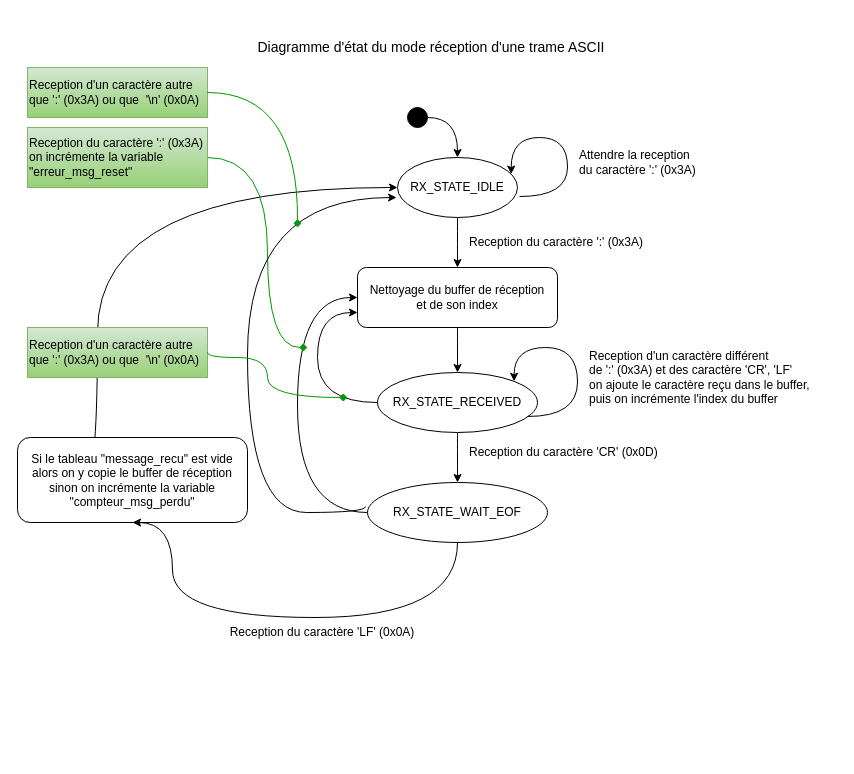
Artilect-FabTronic/Arduino-Machine-A-Etats keeps this draw.io diagram as graphe_etats.drawio. Above is the earlier version. Source tidied: cells renumbered, new cells numbered last; positions are measured from the earlier drawing's top-left corner, leaving out a move shared by most shapes. Both pictures are drawn from the tidied source at 100%, with x=0, y=0 at pixel (17, 27).
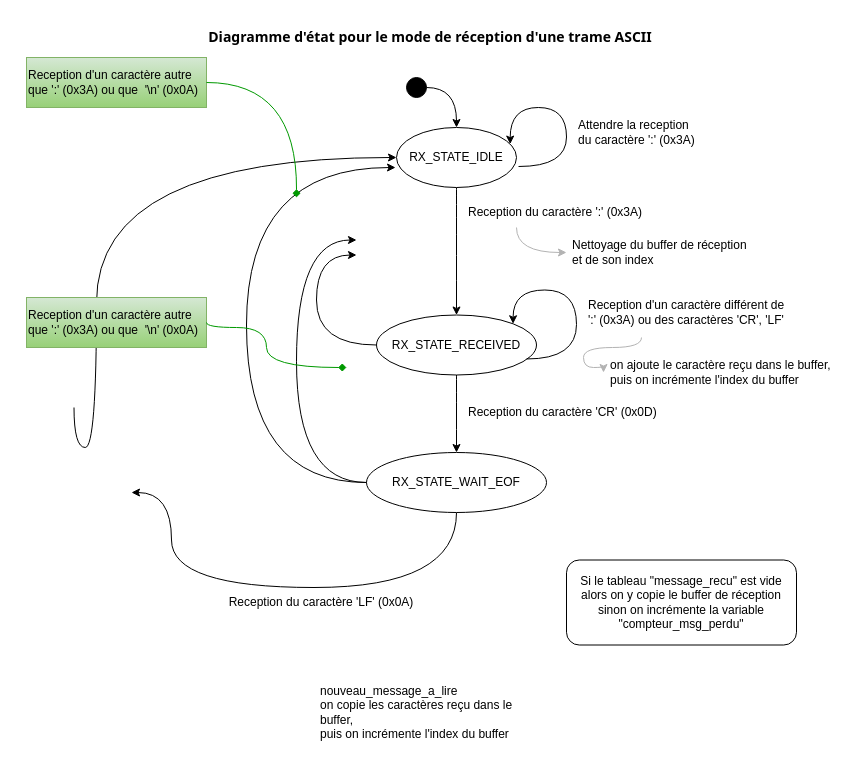
The same diagram, later.

Commit message (it also covers changes not shown here):
Validation du fonctionnement de la machine a etats

The edit, as a diff of the source:
```diff
@@
     <mxCell id="3" style="ellipse;whiteSpace=wrap;html=1;fillColor=#000000;" parent="1" vertex="1">
-      <mxGeometry x="390" y="80" width="20" height="20" as="geometry" />
+      <mxGeometry x="389" y="50" width="20" height="20" as="geometry" />
     </mxCell>
-    <mxCell id="4" style="edgeStyle=orthogonalEdgeStyle;curved=1;rounded=0;jettySize=auto;html=1;exitX=0.5;exitY=1;exitDx=0;exitDy=0;entryX=0.5;entryY=0;entryDx=0;entryDy=0;startArrow=none;startFill=0;" parent="1" edge="1" source="5" target="22">
-      <mxGeometry relative="1" as="geometry">
-        <Array as="points">
-          <mxPoint x="440" y="220" />
-          <mxPoint x="440" y="220" />
-        </Array>
-      </mxGeometry>
+    <mxCell id="4" style="edgeStyle=orthogonalEdgeStyle;curved=1;rounded=0;jettySize=auto;html=1;exitX=0.5;exitY=1;exitDx=0;exitDy=0;entryX=0.5;entryY=0;entryDx=0;entryDy=0;startArrow=none;startFill=0;" parent="1" edge="1" source="5" target="16">
+      <mxGeometry relative="1" as="geometry" />
     </mxCell>
     <mxCell id="5" value="RX_STATE_IDLE" style="ellipse;whiteSpace=wrap;html=1;rounded=1;" parent="1" vertex="1">
-      <mxGeometry x="380" y="130" width="120" height="60" as="geometry" />
+      <mxGeometry x="379" y="100" width="120" height="60" as="geometry" />
     </mxCell>
-    <mxCell id="6" style="edgeStyle=orthogonalEdgeStyle;curved=1;rounded=0;jettySize=auto;html=1;exitX=0.25;exitY=0;exitDx=0;exitDy=0;entryX=0;entryY=0.5;entryDx=0;entryDy=0;startArrow=none;startFill=0;" parent="1" edge="1" source="7" target="5">
+    <mxCell id="6" style="edgeStyle=orthogonalEdgeStyle;curved=1;rounded=0;jettySize=auto;html=1;exitX=0.25;exitY=0;exitDx=0;exitDy=0;entryX=0;entryY=0.5;entryDx=0;entryDy=0;startArrow=none;startFill=0;" parent="1" edge="1" target="5">
       <mxGeometry relative="1" as="geometry">
+        <mxPoint x="56.5" y="380" as="sourcePoint" />
         <Array as="points">
-          <mxPoint x="80" y="450" />
-          <mxPoint x="80" y="160" />
+          <mxPoint x="79" y="420" />
+          <mxPoint x="79" y="130" />
         </Array>
       </mxGeometry>
     </mxCell>
-    <mxCell id="7" value="&lt;span&gt;Si le tableau&amp;nbsp;&quot;message_recu&quot;&amp;nbsp;est vide&lt;br&gt;alors on y copie le buffer de réception&lt;br&gt;sinon&amp;nbsp;on incrémente la variable &quot;compteur_msg_perdu&quot;&lt;br&gt;&lt;/span&gt;" style="whiteSpace=wrap;html=1;rounded=1;" parent="1" vertex="1">
-      <mxGeometry y="410" width="230" height="85" as="geometry" />
-    </mxCell>
-    <mxCell id="8" style="edgeStyle=orthogonalEdgeStyle;curved=1;rounded=0;jettySize=auto;html=1;startArrow=none;startFill=0;exitX=0.5;exitY=1;exitDx=0;exitDy=0;entryX=0.5;entryY=1;entryDx=0;entryDy=0;" parent="1" edge="1" source="10" target="7">
+    <mxCell id="8" style="edgeStyle=orthogonalEdgeStyle;curved=1;rounded=0;jettySize=auto;html=1;startArrow=none;startFill=0;exitX=0.5;exitY=1;exitDx=0;exitDy=0;entryX=0.5;entryY=1;entryDx=0;entryDy=0;" parent="1" edge="1" source="10">
       <mxGeometry relative="1" as="geometry">
+        <mxPoint x="114" y="465" as="targetPoint" />
         <Array as="points">
-          <mxPoint x="440" y="590" />
-          <mxPoint x="155" y="590" />
+          <mxPoint x="439" y="560" />
+          <mxPoint x="154" y="560" />
         </Array>
       </mxGeometry>
     </mxCell>
-    <mxCell id="9" style="edgeStyle=orthogonalEdgeStyle;curved=1;rounded=0;jettySize=auto;html=1;exitX=0;exitY=0.5;exitDx=0;exitDy=0;entryX=0;entryY=0.5;entryDx=0;entryDy=0;startArrow=none;startFill=0;" parent="1" edge="1" source="10" target="22">
+    <mxCell id="9" style="edgeStyle=orthogonalEdgeStyle;curved=1;rounded=0;jettySize=auto;html=1;exitX=0;exitY=0.5;exitDx=0;exitDy=0;entryX=0;entryY=0.5;entryDx=0;entryDy=0;startArrow=none;startFill=0;" parent="1" edge="1" source="10">
       <mxGeometry relative="1" as="geometry">
+        <mxPoint x="339" y="212.5" as="targetPoint" />
         <Array as="points">
-          <mxPoint x="280" y="485" />
-          <mxPoint x="280" y="270" />
+          <mxPoint x="279" y="455" />
+          <mxPoint x="279" y="213" />
         </Array>
       </mxGeometry>
     </mxCell>
     <mxCell id="10" value="&lt;span&gt;RX_STATE_WAIT_EOF&lt;br&gt;&lt;/span&gt;" style="ellipse;whiteSpace=wrap;html=1;rounded=1;" parent="1" vertex="1">
-      <mxGeometry x="350" y="455" width="180" height="60" as="geometry" />
+      <mxGeometry x="349" y="425" width="180" height="60" as="geometry" />
     </mxCell>
     <mxCell id="11" style="edgeStyle=orthogonalEdgeStyle;rounded=0;orthogonalLoop=1;jettySize=auto;html=1;exitX=1.017;exitY=0.65;exitDx=0;exitDy=0;entryX=1;entryY=0.25;entryDx=0;entryDy=0;curved=1;exitPerimeter=0;" parent="1" edge="1" source="5" target="5">
       <mxGeometry relative="1" as="geometry">
         <Array as="points">
-          <mxPoint x="550" y="169" />
-          <mxPoint x="550" y="110" />
-          <mxPoint x="494" y="110" />
+          <mxPoint x="549" y="139" />
+          <mxPoint x="549" y="80" />
+          <mxPoint x="493" y="80" />
         </Array>
       </mxGeometry>
     </mxCell>
     <mxCell id="12" value="Attendre la reception&lt;br&gt;du caractère&amp;nbsp;':' (0x3A)" style="text;html=1;strokeColor=none;fillColor=none;align=left;verticalAlign=middle;whiteSpace=wrap;rounded=0;" parent="1" vertex="1">
-      <mxGeometry x="560" y="110" width="130" height="50" as="geometry" />
+      <mxGeometry x="559" y="80" width="130" height="50" as="geometry" />
     </mxCell>
+    <mxCell id="32" style="edgeStyle=orthogonalEdgeStyle;curved=1;rounded=0;jettySize=auto;html=1;exitX=0.25;exitY=1;exitDx=0;exitDy=0;entryX=0;entryY=0.5;entryDx=0;entryDy=0;endArrow=classic;endFill=1;fontFamily=Times New Roman;fontColor=#000000;strokeColor=#B3B3B3;" parent="1" edge="1" source="13" target="22">
+      <mxGeometry relative="1" as="geometry" />
+    </mxCell>
     <mxCell id="13" value="Reception du caractère ':' (0x3A)" style="text;html=1;strokeColor=none;fillColor=none;align=left;verticalAlign=middle;whiteSpace=wrap;rounded=0;" parent="1" vertex="1">
-      <mxGeometry x="450" y="200" width="200" height="30" as="geometry" />
+      <mxGeometry x="449" y="170" width="200" height="30" as="geometry" />
     </mxCell>
@@
-    <mxCell id="15" style="edgeStyle=orthogonalEdgeStyle;curved=1;rounded=0;jettySize=auto;html=1;exitX=0;exitY=0.5;exitDx=0;exitDy=0;entryX=0;entryY=0.75;entryDx=0;entryDy=0;startArrow=none;startFill=0;" parent="1" edge="1" source="16" target="22">
+    <mxCell id="15" style="edgeStyle=orthogonalEdgeStyle;curved=1;rounded=0;jettySize=auto;html=1;exitX=0;exitY=0.5;exitDx=0;exitDy=0;entryX=0;entryY=0.75;entryDx=0;entryDy=0;startArrow=none;startFill=0;" parent="1" edge="1" source="16">
       <mxGeometry relative="1" as="geometry">
+        <mxPoint x="339" y="227.5" as="targetPoint" />
         <Array as="points">
-          <mxPoint x="300" y="375" />
-          <mxPoint x="300" y="285" />
+          <mxPoint x="299" y="317.5" />
+          <mxPoint x="299" y="227.5" />
         </Array>
       </mxGeometry>
     </mxCell>
     <mxCell id="16" value="&lt;span&gt;RX_STATE_RECEIVED&lt;/span&gt;" style="ellipse;whiteSpace=wrap;html=1;rounded=1;" parent="1" vertex="1">
-      <mxGeometry x="360" y="345" width="160" height="60" as="geometry" />
+      <mxGeometry x="359" y="287.5" width="160" height="60" as="geometry" />
     </mxCell>
-    <mxCell id="17" value="Reception d'un caractère différent&lt;br&gt;de ':' (0x3A) et des caractère 'CR', 'LF'&lt;br&gt;on ajoute le caractère reçu dans le buffer,&lt;br&gt;puis on incrémente l'index du buffer&amp;nbsp;" style="text;html=1;strokeColor=none;fillColor=none;align=left;verticalAlign=middle;whiteSpace=wrap;rounded=0;" parent="1" vertex="1">
-      <mxGeometry x="570" y="310" width="240" height="80" as="geometry" />
+    <mxCell id="17" value="Reception d'un caractère différent&amp;nbsp;de&lt;br&gt;':' (0x3A) ou des caractères 'CR', 'LF'" style="text;html=1;strokeColor=none;fillColor=none;align=left;verticalAlign=middle;whiteSpace=wrap;rounded=0;" parent="1" vertex="1">
+      <mxGeometry x="569" y="260" width="220" height="50" as="geometry" />
     </mxCell>
@@
     <mxCell id="19" value="Reception du caractère 'LF' (0x0A)" style="text;html=1;strokeColor=none;fillColor=none;align=center;verticalAlign=middle;whiteSpace=wrap;rounded=0;" parent="1" vertex="1">
-      <mxGeometry x="190" y="590" width="230" height="30" as="geometry" />
+      <mxGeometry x="189" y="560" width="230" height="30" as="geometry" />
     </mxCell>
     <mxCell id="20" value="Reception du caractère 'CR' (0x0D)" style="text;html=1;strokeColor=none;fillColor=none;align=left;verticalAlign=middle;whiteSpace=wrap;rounded=0;" parent="1" vertex="1">
-      <mxGeometry x="450" y="410" width="250" height="30" as="geometry" />
+      <mxGeometry x="449" y="370" width="250" height="30" as="geometry" />
     </mxCell>
-    <mxCell id="21" style="edgeStyle=orthogonalEdgeStyle;curved=1;rounded=0;jettySize=auto;html=1;exitX=0.5;exitY=1;exitDx=0;exitDy=0;entryX=0.5;entryY=0;entryDx=0;entryDy=0;startArrow=none;startFill=0;" parent="1" edge="1" source="22" target="16">
-      <mxGeometry relative="1" as="geometry" />
-    </mxCell>
-    <mxCell id="22" value="&lt;span style=&quot;text-align: left&quot;&gt;Nettoyage du buffer&amp;nbsp;&lt;/span&gt;&lt;span style=&quot;text-align: left&quot;&gt;de réception&lt;/span&gt;&lt;span style=&quot;text-align: left&quot;&gt;&lt;br&gt;et de son index&lt;/span&gt;" style="whiteSpace=wrap;html=1;rounded=1;" parent="1" vertex="1">
-      <mxGeometry x="340" y="240" width="200" height="60" as="geometry" />
-    </mxCell>
-    <mxCell id="23" style="edgeStyle=orthogonalEdgeStyle;curved=1;rounded=0;jettySize=auto;html=1;fontFamily=Times New Roman;endArrow=diamond;endFill=1;strokeColor=#009900;" parent="1" edge="1" source="24">
-      <mxGeometry relative="1" as="geometry">
-        <mxPoint x="290" y="320" as="targetPoint" />
-        <Array as="points">
-          <mxPoint x="250" y="130" />
-          <mxPoint x="250" y="320" />
-        </Array>
-      </mxGeometry>
-    </mxCell>
-    <mxCell id="24" value="Reception du caractère ':' (0x3A)&lt;br&gt;on incrémente la variable &quot;erreur_msg_reset&quot;" style="text;html=1;fillColor=#d5e8d4;align=left;verticalAlign=middle;whiteSpace=wrap;rounded=0;strokeColor=#82b366;gradientColor=#97d077;fontColor=#000000;" parent="1" vertex="1">
-      <mxGeometry x="10" y="100" width="180" height="60" as="geometry" />
-    </mxCell>
     <mxCell id="25" style="edgeStyle=orthogonalEdgeStyle;curved=1;rounded=0;orthogonalLoop=1;jettySize=auto;html=1;exitX=0.938;exitY=0.733;exitDx=0;exitDy=0;startArrow=none;startFill=0;entryX=1;entryY=0;entryDx=0;entryDy=0;exitPerimeter=0;" parent="1" edge="1" source="16" target="16">
       <mxGeometry relative="1" as="geometry">
         <Array as="points">
-          <mxPoint x="560" y="389" />
-          <mxPoint x="560" y="320" />
-          <mxPoint x="497" y="320" />
+          <mxPoint x="559" y="331.5" />
+          <mxPoint x="559" y="262.5" />
+          <mxPoint x="496" y="262.5" />
         </Array>
       </mxGeometry>
     </mxCell>
-    <mxCell id="26" value="Diagramme d'état du mode réception d'une trame ASCII" style="text;html=1;strokeColor=none;fillColor=none;align=center;verticalAlign=middle;whiteSpace=wrap;rounded=0;fontSize=14;" parent="1" vertex="1">
-      <mxGeometry x="159" width="510" height="40" as="geometry" />
+    <mxCell id="26" value="Diagramme d'état pour le mode de réception d'une trame ASCII" style="text;html=1;strokeColor=none;fillColor=none;align=center;verticalAlign=middle;whiteSpace=wrap;rounded=0;fontSize=14;fontFamily=Tahoma;fontStyle=1;" parent="1" vertex="1">
+      <mxGeometry x="158" y="-10" width="510" height="40" as="geometry" />
     </mxCell>
-    <mxCell id="27" style="edgeStyle=orthogonalEdgeStyle;curved=1;rounded=0;jettySize=auto;html=1;exitX=-0.011;exitY=0.4;exitDx=0;exitDy=0;entryX=-0.008;entryY=0.667;entryDx=0;entryDy=0;startArrow=none;startFill=0;entryPerimeter=0;exitPerimeter=0;" parent="1" edge="1" source="10" target="5">
+    <mxCell id="27" style="edgeStyle=orthogonalEdgeStyle;curved=1;rounded=0;jettySize=auto;html=1;entryX=-0.008;entryY=0.667;entryDx=0;entryDy=0;startArrow=none;startFill=0;entryPerimeter=0;exitX=0;exitY=0.5;exitDx=0;exitDy=0;" parent="1" edge="1" source="10" target="5">
       <mxGeometry relative="1" as="geometry">
         <Array as="points">
-          <mxPoint x="348" y="485" />
-          <mxPoint x="230" y="485" />
-          <mxPoint x="230" y="170" />
+          <mxPoint x="229" y="455" />
+          <mxPoint x="229" y="140" />
         </Array>
       </mxGeometry>
     </mxCell>
     <mxCell id="28" value="Reception d'un caractère autre que ':' (0x3A) ou que&amp;nbsp;&amp;nbsp;'\n' (0x0A)" style="text;html=1;fillColor=#d5e8d4;align=left;verticalAlign=middle;whiteSpace=wrap;rounded=0;strokeColor=#82b366;gradientColor=#97d077;fontColor=#000000;" parent="1" vertex="1">
-      <mxGeometry x="10" y="40" width="180" height="50" as="geometry" />
+      <mxGeometry x="9" y="30" width="180" height="50" as="geometry" />
     </mxCell>
     <mxCell id="29" style="edgeStyle=orthogonalEdgeStyle;curved=1;rounded=0;jettySize=auto;html=1;fontFamily=Times New Roman;endArrow=diamond;endFill=1;exitX=1;exitY=0.5;exitDx=0;exitDy=0;strokeColor=#009900;" parent="1" edge="1" source="28">
       <mxGeometry relative="1" as="geometry">
-        <mxPoint x="280" y="200" as="targetPoint" />
+        <mxPoint x="279" y="170" as="targetPoint" />
       </mxGeometry>
     </mxCell>
     <mxCell id="30" value="Reception d'un caractère autre que ':' (0x3A) ou que&amp;nbsp;&amp;nbsp;'\n' (0x0A)" style="text;html=1;fillColor=#d5e8d4;align=left;verticalAlign=middle;whiteSpace=wrap;rounded=0;strokeColor=#82b366;gradientColor=#97d077;fontColor=#000000;" parent="1" vertex="1">
-      <mxGeometry x="10" y="300" width="180" height="50" as="geometry" />
+      <mxGeometry x="9" y="270" width="180" height="50" as="geometry" />
     </mxCell>
     <mxCell id="31" style="edgeStyle=orthogonalEdgeStyle;curved=1;rounded=0;jettySize=auto;html=1;fontFamily=Times New Roman;endArrow=diamond;endFill=1;exitX=1;exitY=0.5;exitDx=0;exitDy=0;fontColor=#009900;strokeColor=#009900;" parent="1" edge="1" source="30">
       <mxGeometry relative="1" as="geometry">
-        <mxPoint x="330" y="370" as="targetPoint" />
+        <mxPoint x="329" y="340" as="targetPoint" />
         <Array as="points">
-          <mxPoint x="190" y="330" />
-          <mxPoint x="250" y="330" />
-          <mxPoint x="250" y="370" />
+          <mxPoint x="189" y="300" />
+          <mxPoint x="249" y="300" />
+          <mxPoint x="249" y="340" />
         </Array>
       </mxGeometry>
     </mxCell>
+    <mxCell id="22" value="&lt;div&gt;Nettoyage du buffer de réception&lt;/div&gt;&lt;div&gt;et de son index&lt;/div&gt;" style="text;html=1;strokeColor=none;fillColor=none;align=left;verticalAlign=middle;whiteSpace=wrap;rounded=0;spacingLeft=4;" parent="1" vertex="1">
+      <mxGeometry x="549" y="200" width="240" height="50" as="geometry" />
+    </mxCell>
+    <mxCell id="33" value="&lt;div&gt;&lt;span&gt;on ajoute le caractère reçu dans le buffer,&lt;/span&gt;&lt;br&gt;&lt;/div&gt;&lt;div&gt;puis on incrémente l'index du buffer&lt;/div&gt;" style="text;html=1;strokeColor=none;fillColor=none;align=left;verticalAlign=middle;whiteSpace=wrap;rounded=0;spacingLeft=5;" parent="1" vertex="1">
+      <mxGeometry x="586" y="320" width="233" height="50" as="geometry" />
+    </mxCell>
+    <mxCell id="34" style="edgeStyle=orthogonalEdgeStyle;curved=1;rounded=0;jettySize=auto;html=1;exitX=0.25;exitY=1;exitDx=0;exitDy=0;entryX=0;entryY=0.5;entryDx=0;entryDy=0;endArrow=classic;endFill=1;fontFamily=Times New Roman;fontColor=#000000;strokeColor=#B3B3B3;" parent="1" edge="1" source="17" target="33">
+      <mxGeometry relative="1" as="geometry">
+        <Array as="points">
+          <mxPoint x="624" y="320" />
+          <mxPoint x="566" y="320" />
+          <mxPoint x="566" y="340" />
+        </Array>
+      </mxGeometry>
+    </mxCell>
+    <mxCell id="35" value="&lt;div&gt;&lt;span&gt;nouveau_message_a_lire&lt;br&gt;&lt;/span&gt;&lt;/div&gt;&lt;div&gt;&lt;span&gt;on copie les caractères reçu dans le buffer,&lt;/span&gt;&lt;br&gt;&lt;/div&gt;&lt;div&gt;puis on incrémente l'index du buffer&lt;/div&gt;" style="text;html=1;strokeColor=none;fillColor=none;align=left;verticalAlign=middle;whiteSpace=wrap;rounded=0;spacingLeft=5;" parent="1" vertex="1">
+      <mxGeometry x="296" y="640" width="233" height="90" as="geometry" />
+    </mxCell>
+    <mxCell id="7" value="&lt;span&gt;Si le tableau&amp;nbsp;&quot;message_recu&quot;&amp;nbsp;est vide&lt;br&gt;alors on y copie le buffer de réception&lt;br&gt;sinon&amp;nbsp;on incrémente la variable &quot;compteur_msg_perdu&quot;&lt;br&gt;&lt;/span&gt;" style="whiteSpace=wrap;html=1;rounded=1;" parent="1" vertex="1">
+      <mxGeometry x="549" y="532.5" width="230" height="85" as="geometry" />
+    </mxCell>
```
